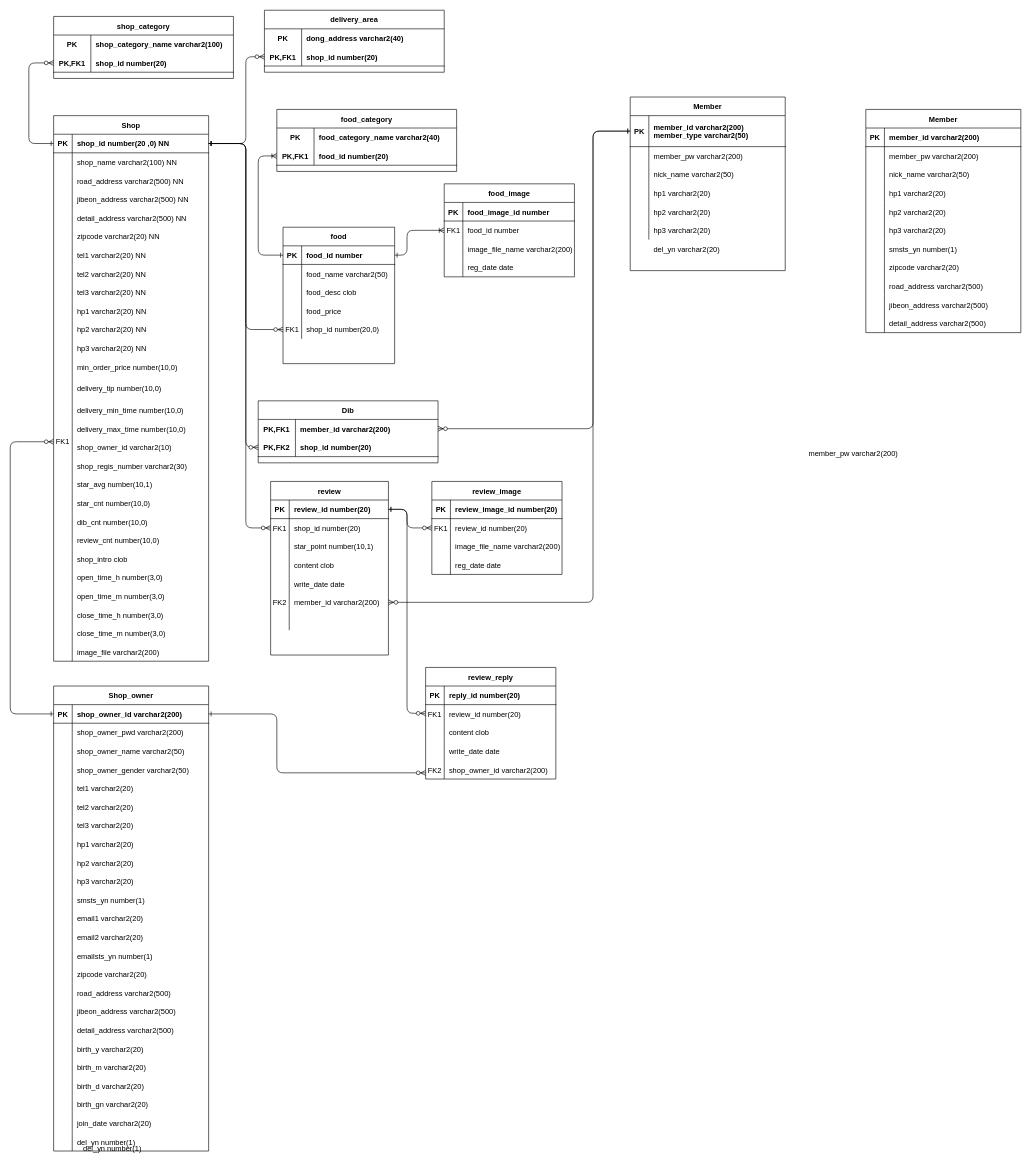
This is src/main/webapp/WEB-INF/erd/erd.drawio from jihoho/jeogiyo, a draw.io file, before an edit. Source tidied: cells renumbered, new cells numbered last; positions are measured from the earlier drawing's top-left corner, leaving out a move shared by most shapes. Both pictures are drawn from the tidied source at 62%, with x=0, y=0 at pixel (10, 10).
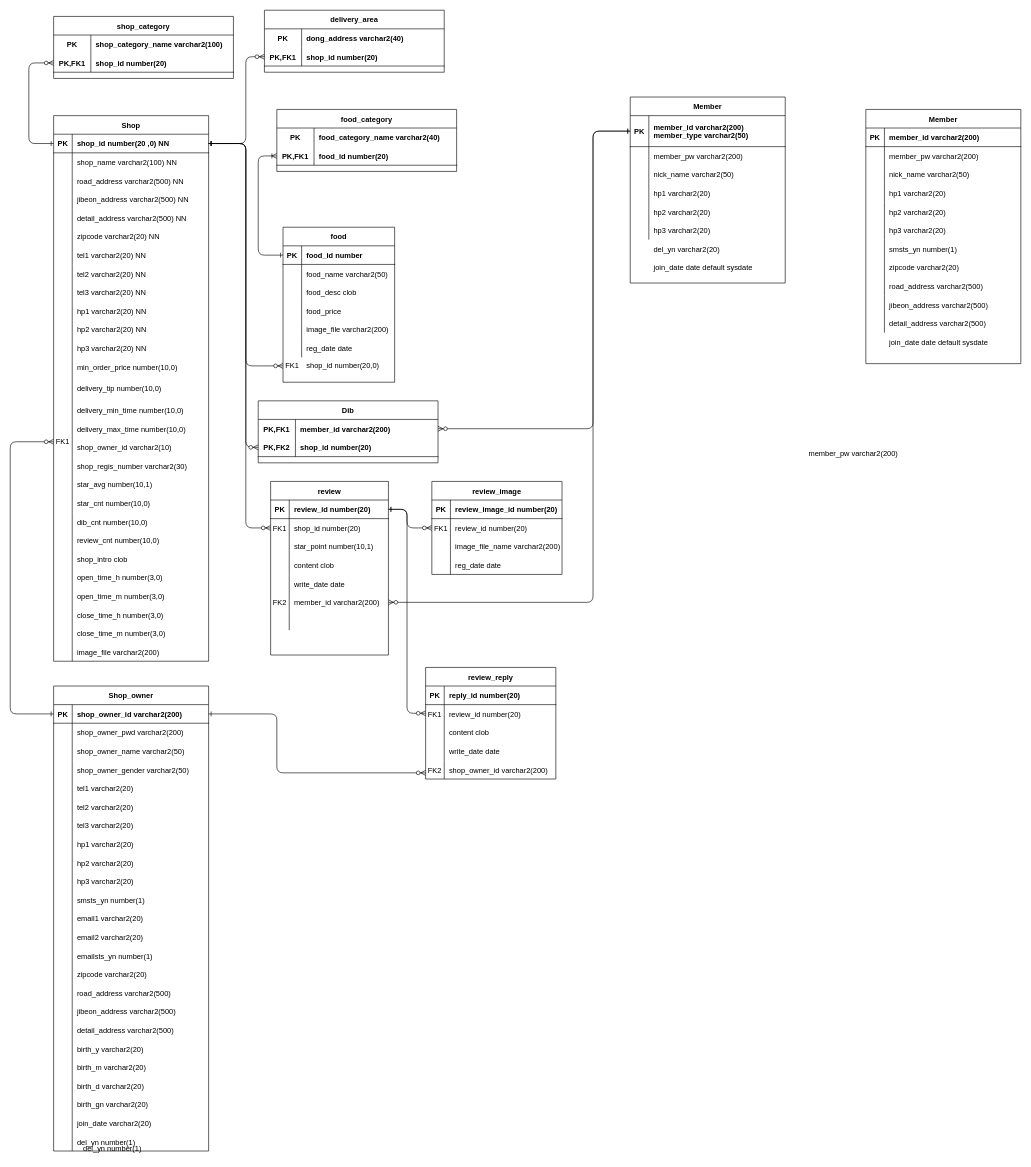
After the change.

Unchanged cells that the change refers to:
```xml
<mxCell id="23" style="shape=partialRectangle;fillColor=none;points=[[0,0.5],[1,0.5]];portConstraint=eastwest;top=0;left=0;right=0;bottom=1;" parent="22" vertex="1">
  <mxGeometry y="30" width="250" height="30" as="geometry" />
</mxCell>
<mxCell id="261" style="shape=partialRectangle;fillColor=none;top=0;left=0;bottom=1;right=0;points=[[0,0.5],[1,0.5]];portConstraint=eastwest;" parent="260" vertex="1">
  <mxGeometry y="30" width="180" height="30" as="geometry" />
</mxCell>
<mxCell id="273" style="shape=partialRectangle;fillColor=none;top=0;left=0;bottom=0;right=0;" parent="260" vertex="1">
  <mxGeometry y="150" width="180" height="30" as="geometry" />
</mxCell>
```

Diff of the diagram source:
```diff
@@
     <mxCell id="3" value="Member" style="shape=table;startSize=30;childLayout=tableLayout;rowLines=0;fontStyle=1;align=center;" parent="1" vertex="1">
-      <mxGeometry x="1000" y="140" width="250" height="280" as="geometry" />
+      <mxGeometry x="1000" y="140" width="250" height="300" as="geometry" />
     </mxCell>
@@
-    <mxCell id="131" style="edgeStyle=orthogonalEdgeStyle;endArrow=ERzeroToMany;startArrow=ERone;endFill=1;startFill=0;exitX=1;exitY=0.5;exitDx=0;exitDy=0;" parent="1" edge="1" source="23">
+    <mxCell id="131" style="edgeStyle=orthogonalEdgeStyle;endArrow=ERzeroToMany;startArrow=ERone;endFill=1;startFill=0;exitX=1;exitY=0.5;exitDx=0;exitDy=0;entryX=0;entryY=0.5;entryDx=0;entryDy=0;" parent="1" edge="1" source="23" target="356">
       <mxGeometry relative="1" as="geometry">
-        <mxPoint x="440" y="515" as="targetPoint" />
         <Array as="points">
           <mxPoint x="380" y="215" />
-          <mxPoint x="380" y="515" />
+          <mxPoint x="380" y="574" />
+          <mxPoint x="440" y="574" />
         </Array>
       </mxGeometry>
     </mxCell>
@@
-    <mxCell id="215" style="edgeStyle=orthogonalEdgeStyle;endArrow=ERoneToMany;startArrow=ERone;endFill=0;startFill=0;exitX=1;exitY=0.5;exitDx=0;exitDy=0;" parent="1" edge="1" source="261">
-      <mxGeometry relative="1" as="geometry">
-        <mxPoint x="700" y="355" as="targetPoint" />
-        <Array as="points">
-          <mxPoint x="640" y="395" />
-          <mxPoint x="640" y="355" />
-        </Array>
-      </mxGeometry>
-    </mxCell>
@@
     <mxCell id="259" style="group;" parent="1" vertex="1">
-      <mxGeometry x="440" y="350" width="180" height="220" as="geometry" />
+      <mxGeometry x="440" y="350" width="180" height="267.3" as="geometry" />
     </mxCell>
     <mxCell id="260" value="food" style="shape=table;startSize=30;childLayout=tableLayout;rowLines=0;fontStyle=1;align=center;strokeColor=#000000;" parent="259" vertex="1">
-      <mxGeometry width="180" height="220" as="geometry" />
+      <mxGeometry width="180" height="250" as="geometry" />
     </mxCell>
@@
-    <mxCell id="275" value="shop_id number(20,0)" style="shape=partialRectangle;fillColor=none;top=0;left=0;bottom=0;right=0;align=left;spacingLeft=6;overflow=hidden;" parent="273" vertex="1">
+    <mxCell id="275" value="image_file varchar2(200)" style="shape=partialRectangle;fillColor=none;top=0;left=0;bottom=0;right=0;align=left;spacingLeft=6;overflow=hidden;" parent="273" vertex="1">
       <mxGeometry x="30" width="150" height="30" as="geometry" />
     </mxCell>
-    <mxCell id="276" value="FK1" style="shape=partialRectangle;overflow=hidden;fillColor=none;top=0;left=0;bottom=0;right=0;" parent="259" vertex="1">
-      <mxGeometry y="150" width="30" height="30" as="geometry" />
-    </mxCell>
-    <mxCell id="277" style="group;" parent="1" vertex="1">
-      <mxGeometry x="700" y="280" width="210" height="150" as="geometry" />
-    </mxCell>
-    <mxCell id="278" value="food_image" style="shape=table;startSize=30;childLayout=tableLayout;rowLines=0;fontStyle=1;align=center;strokeColor=#000000;" parent="277" vertex="1">
-      <mxGeometry width="210" height="150" as="geometry" />
-    </mxCell>
-    <mxCell id="279" style="shape=partialRectangle;fillColor=none;top=0;left=0;bottom=1;right=0;" parent="278" vertex="1">
-      <mxGeometry y="30" width="210" height="30" as="geometry" />
-    </mxCell>
-    <mxCell id="280" value="PK" style="shape=partialRectangle;fillColor=none;top=0;left=0;bottom=0;right=0;fontStyle=1;overflow=hidden;" parent="279" vertex="1">
-      <mxGeometry width="30" height="30" as="geometry" />
-    </mxCell>
-    <mxCell id="281" value="food_image_id number" style="shape=partialRectangle;fillColor=none;top=0;left=0;bottom=0;right=0;align=left;spacingLeft=6;fontStyle=1;overflow=hidden;" parent="279" vertex="1">
-      <mxGeometry x="30" width="180" height="30" as="geometry" />
-    </mxCell>
-    <mxCell id="282" style="shape=partialRectangle;fillColor=none;top=0;left=0;bottom=0;right=0;" parent="278" vertex="1">
-      <mxGeometry y="60" width="210" height="30" as="geometry" />
-    </mxCell>
-    <mxCell id="283" style="shape=partialRectangle;fillColor=none;top=0;left=0;bottom=0;right=0;overflow=hidden;" parent="282" vertex="1">
-      <mxGeometry width="30" height="30" as="geometry" />
-    </mxCell>
-    <mxCell id="284" value="food_id number" style="shape=partialRectangle;fillColor=none;top=0;left=0;bottom=0;right=0;align=left;spacingLeft=6;overflow=hidden;" parent="282" vertex="1">
-      <mxGeometry x="30" width="180" height="30" as="geometry" />
-    </mxCell>
-    <mxCell id="285" style="shape=partialRectangle;fillColor=none;top=0;left=0;bottom=0;right=0;" parent="278" vertex="1">
-      <mxGeometry y="90" width="210" height="30" as="geometry" />
-    </mxCell>
-    <mxCell id="286" style="shape=partialRectangle;fillColor=none;top=0;left=0;bottom=0;right=0;overflow=hidden;" parent="285" vertex="1">
-      <mxGeometry width="30" height="30" as="geometry" />
-    </mxCell>
-    <mxCell id="287" value="image_file_name varchar2(200)" style="shape=partialRectangle;fillColor=none;top=0;left=0;bottom=0;right=0;align=left;spacingLeft=6;overflow=hidden;" parent="285" vertex="1">
-      <mxGeometry x="30" width="180" height="30" as="geometry" />
-    </mxCell>
-    <mxCell id="288" style="shape=partialRectangle;fillColor=none;top=0;left=0;bottom=0;right=0;" parent="278" vertex="1">
-      <mxGeometry y="120" width="210" height="30" as="geometry" />
-    </mxCell>
-    <mxCell id="289" style="shape=partialRectangle;fillColor=none;top=0;left=0;bottom=0;right=0;overflow=hidden;" parent="288" vertex="1">
-      <mxGeometry width="30" height="30" as="geometry" />
-    </mxCell>
+    <mxCell id="354" style="shape=partialRectangle;fillColor=none;top=0;left=0;bottom=0;right=0;" parent="260" vertex="1">
+      <mxGeometry y="180" width="180" height="30" as="geometry" />
+    </mxCell>
+    <mxCell id="355" style="shape=partialRectangle;fillColor=none;top=0;left=0;bottom=0;right=0;overflow=hidden;" parent="354" vertex="1">
+      <mxGeometry width="30" height="30" as="geometry" />
+    </mxCell>
-    <mxCell id="290" value="reg_date date" style="shape=partialRectangle;fillColor=none;top=0;left=0;bottom=0;right=0;align=left;spacingLeft=6;overflow=hidden;" parent="288" vertex="1">
-      <mxGeometry x="30" width="180" height="30" as="geometry" />
+    <mxCell id="290" value="reg_date date" style="shape=partialRectangle;fillColor=none;top=0;left=0;bottom=0;right=0;align=left;spacingLeft=6;overflow=hidden;" parent="354" vertex="1">
+      <mxGeometry x="30" width="150" height="30" as="geometry" />
     </mxCell>
-    <mxCell id="291" value="FK1" style="shape=partialRectangle;overflow=hidden;fillColor=none;top=0;left=0;bottom=0;right=0;" parent="277" vertex="1">
-      <mxGeometry y="60" width="30" height="30" as="geometry" />
-    </mxCell>
+    <mxCell id="356" style="shape=partialRectangle;fillColor=none;top=0;left=0;bottom=0;right=0;points=[[0,0.5],[1,0.5]];portConstraint=eastwest;" parent="259" vertex="1">
+      <mxGeometry y="207.3" width="180" height="32.7" as="geometry" />
+    </mxCell>
+    <mxCell id="357" style="shape=partialRectangle;fillColor=none;top=0;left=0;bottom=0;right=0;" parent="259" vertex="1">
+      <mxGeometry y="207.3" width="180" height="30" as="geometry" />
+    </mxCell>
+    <mxCell id="358" style="group;" parent="357" vertex="1">
+      <mxGeometry width="180" height="30" as="geometry" />
+    </mxCell>
+    <mxCell id="359" value="FK1" style="shape=partialRectangle;fillColor=none;top=0;left=0;bottom=0;right=0;overflow=hidden;" parent="358" vertex="1">
+      <mxGeometry width="30" height="30" as="geometry" />
+    </mxCell>
+    <mxCell id="360" value="shop_id number(20,0)" style="shape=partialRectangle;fillColor=none;top=0;left=0;bottom=0;right=0;align=left;spacingLeft=6;overflow=hidden;" parent="358" vertex="1">
+      <mxGeometry x="30" width="150" height="30" as="geometry" />
+    </mxCell>
@@
     <mxCell id="313" value="Member" style="shape=table;startSize=30;childLayout=tableLayout;rowLines=0;fontStyle=1;align=center;" parent="1" vertex="1">
-      <mxGeometry x="1380" y="160" width="250" height="360" as="geometry" />
+      <mxGeometry x="1380" y="160" width="250" height="410" as="geometry" />
     </mxCell>
@@
+    <mxCell id="361" value="join_date date default sysdate" style="shape=partialRectangle;overflow=hidden;fillColor=none;top=0;left=0;bottom=0;right=0;align=left;spacingLeft=6;" parent="1" vertex="1">
+      <mxGeometry x="1410" y="520" width="220" height="30" as="geometry" />
+    </mxCell>
+    <mxCell id="362" value="join_date date default sysdate" style="shape=partialRectangle;overflow=hidden;fillColor=none;top=0;left=0;bottom=0;right=0;align=left;spacingLeft=6;" parent="1" vertex="1">
+      <mxGeometry x="1030" y="400" width="220" height="30" as="geometry" />
+    </mxCell>
```
